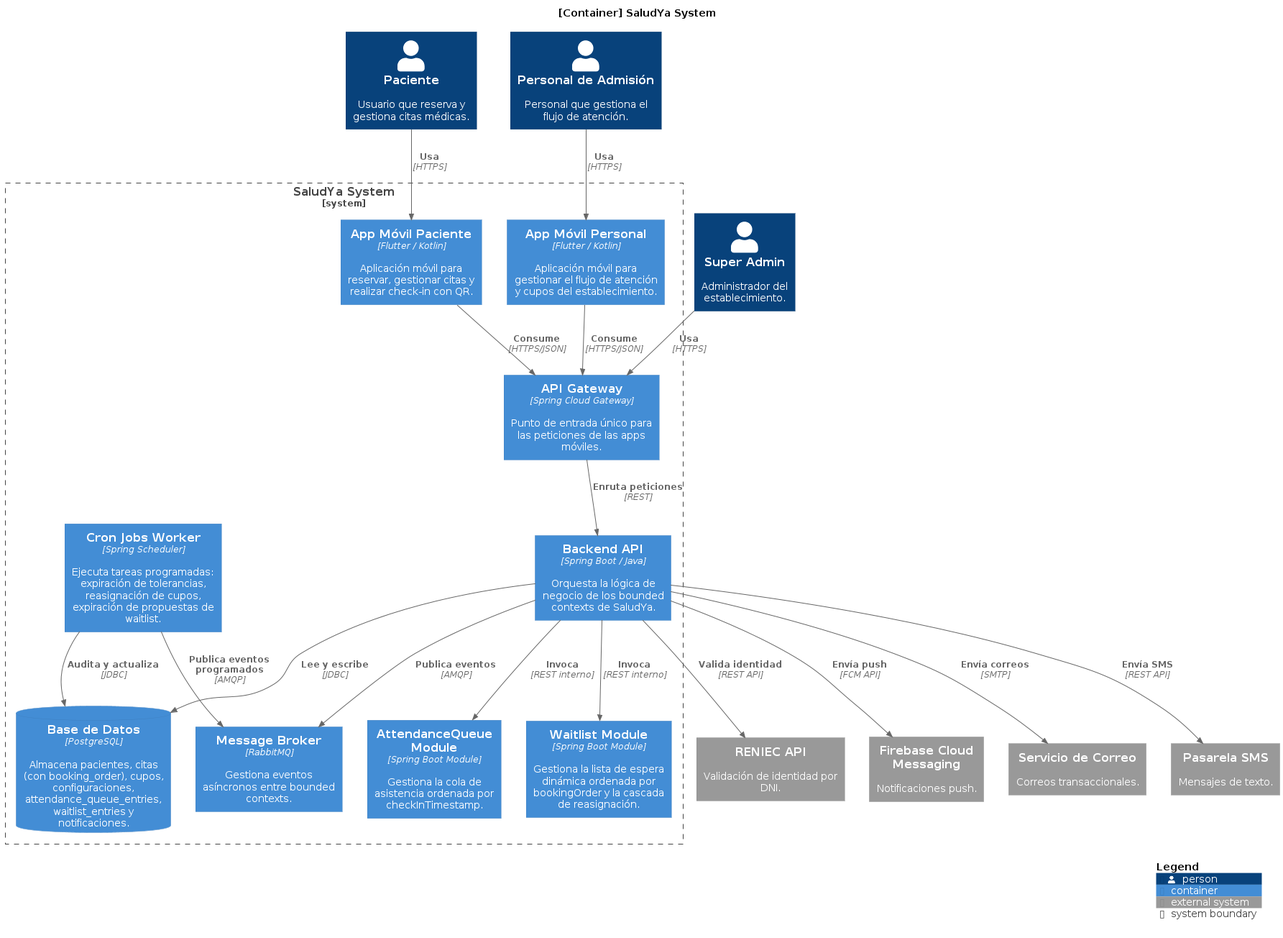
Above: chapter-02/assets/ContainerDiagram.png in RuwaLabs/upc-pre-202620-1acc0238-4945-RuwaLabs-report (PlantUML), before the change.
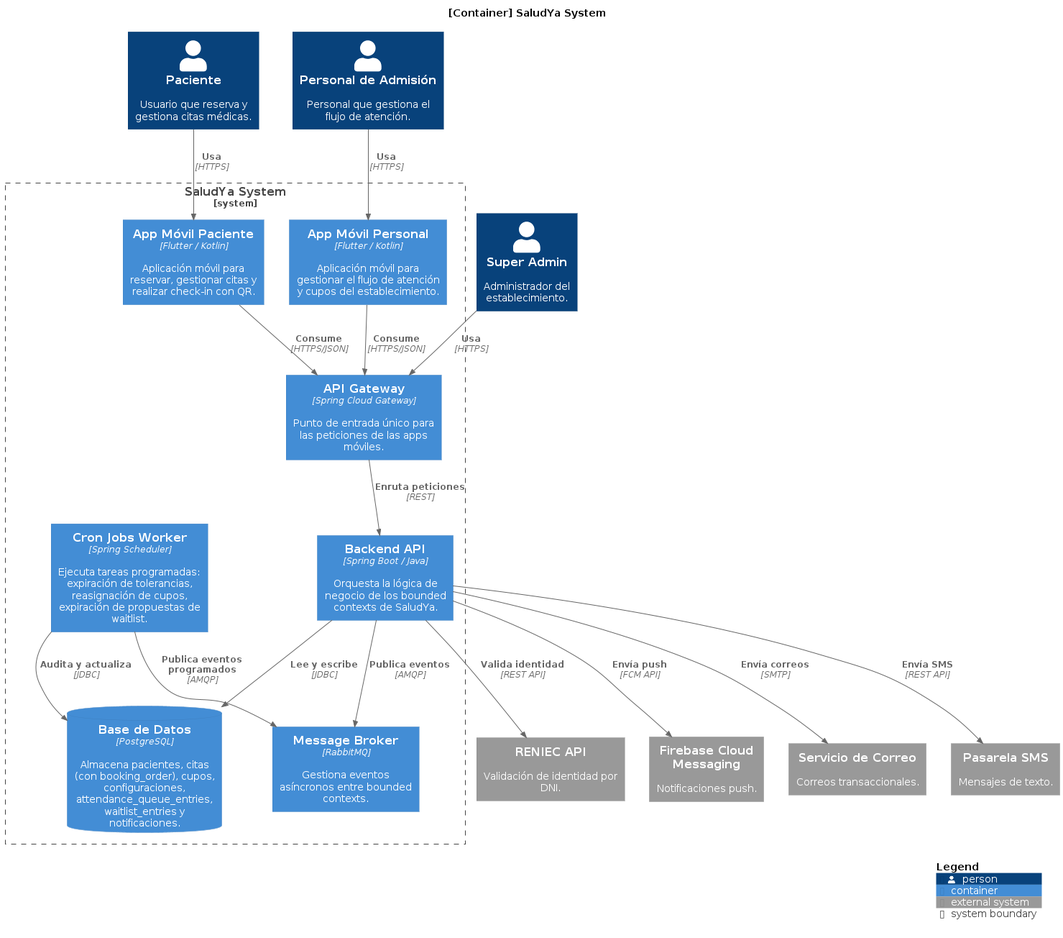
After the commit.

Commit message:
docs(chapter-02): update ContainerDiagram.png without AttendanceQueue and Waitlist modules

Diff of the diagram source:
```diff
@@ -15,9 +15,6 @@
     Container(apiGateway, "API Gateway", "Spring Cloud Gateway", "Punto de entrada único para las peticiones de las apps móviles.")
 
     Container(backend, "Backend API", "Spring Boot / Java", "Orquesta la lógica de negocio de los bounded contexts de SaludYa.")
-
-    Container(attendanceQueue, "AttendanceQueue Module", "Spring Boot Module", "Gestiona la cola de asistencia ordenada por checkInTimestamp.")
-    Container(waitlist, "Waitlist Module", "Spring Boot Module", "Gestiona la lista de espera dinámica ordenada por bookingOrder y la cascada de reasignación.")
 
     ContainerDb(db, "Base de Datos", "PostgreSQL", "Almacena pacientes, citas (con booking_order), cupos, configuraciones, attendance_queue_entries, waitlist_entries y notificaciones.")
 
@@ -40,9 +37,6 @@
 
 Rel(apiGateway, backend, "Enruta peticiones", "REST")
 
-Rel(backend, attendanceQueue, "Invoca", "REST interno")
-Rel(backend, waitlist, "Invoca", "REST interno")
-
 Rel(backend, db, "Lee y escribe", "JDBC")
 Rel(backend, broker, "Publica eventos", "AMQP")
 
```
